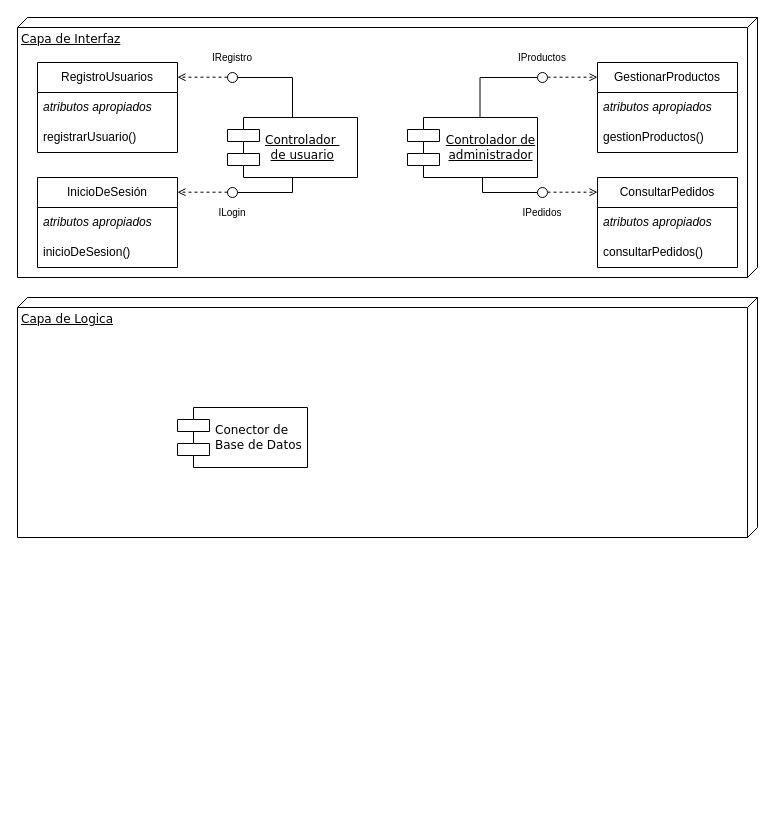
Before: Diagrama componentes.drawio in rubiwan/rubiwan, a draw.io diagram. Source tidied: cells renumbered, new cells numbered last; positions are measured from the earlier drawing's top-left corner, leaving out a move shared by most shapes. Both pictures are drawn from the tidied source at 100%, with x=0, y=0 at pixel (17, 17).
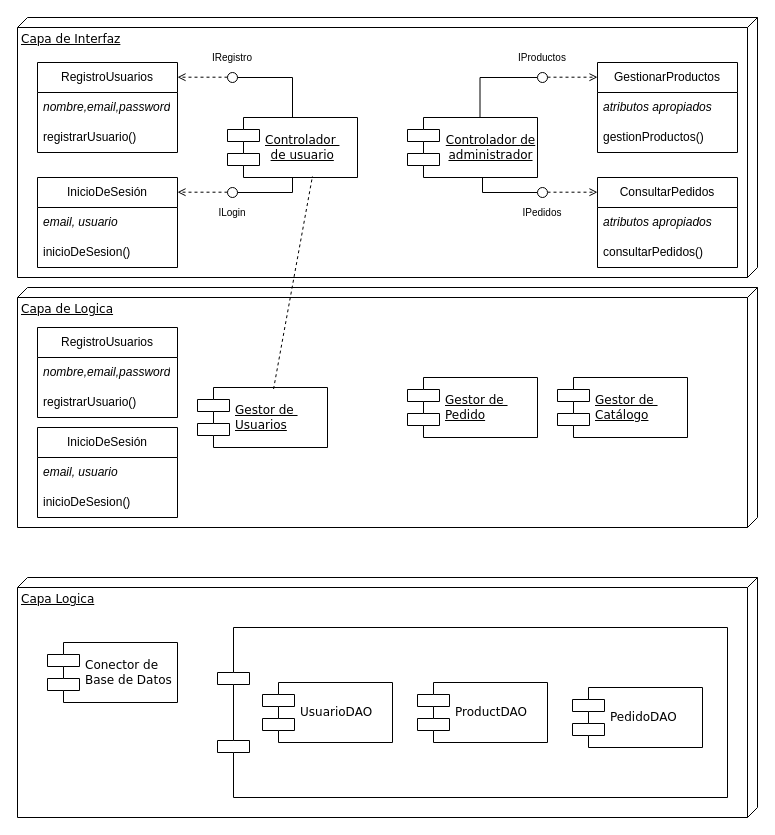
Above is the later version.

The change refers to these unchanged cells:
```xml
<mxCell id="4" value="&lt;span style=&quot;text-decoration-line: underline;&quot;&gt;Controlador&amp;nbsp;&lt;/span&gt;&lt;div style=&quot;text-align: center;&quot;&gt;&lt;span style=&quot;text-decoration-line: underline;&quot;&gt;de usuario&lt;/span&gt;&lt;/div&gt;" style="shape=component;align=left;spacingLeft=36;rounded=0;shadow=0;comic=0;labelBackgroundColor=none;strokeWidth=1;fontFamily=Verdana;fontSize=12;html=1;" parent="1" vertex="1">
  <mxGeometry x="210" y="100" width="130" height="60" as="geometry" />
</mxCell>
<mxCell id="8" value="RegistroUsuarios" style="swimlane;fontStyle=0;horizontal=1;startSize=30;whiteSpace=wrap;html=1;" parent="1" vertex="1">
  <mxGeometry x="20" y="45" width="140" height="90" as="geometry" />
</mxCell>
<mxCell id="11" value="InicioDeSesión" style="swimlane;fontStyle=0;horizontal=1;startSize=30;whiteSpace=wrap;html=1;" parent="1" vertex="1">
  <mxGeometry x="20" y="160" width="140" height="90" as="geometry" />
</mxCell>
```

The edit, as a diff of the source:
```diff
@@
-    <mxCell id="3" value="Capa de Logica" style="verticalAlign=top;align=left;spacingTop=8;spacingLeft=2;spacingRight=12;shape=cube;size=10;direction=south;fontStyle=4;html=1;rounded=0;shadow=0;comic=0;labelBackgroundColor=none;strokeWidth=1;fontFamily=Verdana;fontSize=12;" parent="1" vertex="1">
-      <mxGeometry y="280" width="740" height="240" as="geometry" />
+    <mxCell id="3" value="Capa Logica" style="verticalAlign=top;align=left;spacingTop=8;spacingLeft=2;spacingRight=12;shape=cube;size=10;direction=south;fontStyle=4;html=1;rounded=0;shadow=0;comic=0;labelBackgroundColor=none;strokeWidth=1;fontFamily=Verdana;fontSize=12;" parent="1" vertex="1">
+      <mxGeometry y="560" width="740" height="240" as="geometry" />
     </mxCell>
@@
     <mxCell id="6" value="Conector&amp;nbsp;&lt;span style=&quot;background-color: transparent; color: light-dark(rgb(0, 0, 0), rgb(255, 255, 255));&quot;&gt;de&amp;nbsp;&lt;/span&gt;&lt;div&gt;&lt;span style=&quot;background-color: transparent; color: light-dark(rgb(0, 0, 0), rgb(255, 255, 255));&quot;&gt;Base de Datos&lt;/span&gt;&lt;/div&gt;" style="shape=component;align=left;spacingLeft=36;rounded=0;shadow=0;comic=0;labelBackgroundColor=none;strokeWidth=1;fontFamily=Verdana;fontSize=12;html=1;" parent="1" vertex="1">
-      <mxGeometry x="160" y="390" width="130" height="60" as="geometry" />
+      <mxGeometry x="30" y="625" width="130" height="60" as="geometry" />
     </mxCell>
@@
-    <mxCell id="9" value="&lt;i&gt;atributos apropiados&lt;/i&gt;" style="text;strokeColor=none;fillColor=none;align=left;verticalAlign=middle;spacingLeft=4;spacingRight=4;overflow=hidden;whiteSpace=wrap;html=1;" parent="8" vertex="1">
+    <mxCell id="9" value="&lt;i&gt;nombre,email,password&lt;/i&gt;" style="text;strokeColor=none;fillColor=none;align=left;verticalAlign=middle;spacingLeft=4;spacingRight=4;overflow=hidden;whiteSpace=wrap;html=1;" parent="8" vertex="1">
       <mxGeometry y="30" width="140" height="30" as="geometry" />
     </mxCell>
@@
-    <mxCell id="12" value="&lt;i&gt;atributos apropiados&lt;/i&gt;" style="text;strokeColor=none;fillColor=none;align=left;verticalAlign=middle;spacingLeft=4;spacingRight=4;overflow=hidden;whiteSpace=wrap;html=1;" parent="11" vertex="1">
+    <mxCell id="12" value="&lt;i&gt;email, usuario&lt;/i&gt;" style="text;strokeColor=none;fillColor=none;align=left;verticalAlign=middle;spacingLeft=4;spacingRight=4;overflow=hidden;whiteSpace=wrap;html=1;" parent="11" vertex="1">
       <mxGeometry y="30" width="140" height="30" as="geometry" />
     </mxCell>
@@
+    <mxCell id="35" value="Capa de Logica" style="verticalAlign=top;align=left;spacingTop=8;spacingLeft=2;spacingRight=12;shape=cube;size=10;direction=south;fontStyle=4;html=1;rounded=0;shadow=0;comic=0;labelBackgroundColor=none;strokeWidth=1;fontFamily=Verdana;fontSize=12;" parent="1" vertex="1">
+      <mxGeometry y="270" width="740" height="240" as="geometry" />
+    </mxCell>
+    <mxCell id="36" value="&lt;u&gt;Gestor de&amp;nbsp;&lt;/u&gt;&lt;div&gt;&lt;u&gt;Usuarios&lt;/u&gt;&lt;/div&gt;" style="shape=component;align=left;spacingLeft=36;rounded=0;shadow=0;comic=0;labelBackgroundColor=none;strokeWidth=1;fontFamily=Verdana;fontSize=12;html=1;" parent="1" vertex="1">
+      <mxGeometry x="180" y="370" width="130" height="60" as="geometry" />
+    </mxCell>
+    <mxCell id="37" style="shape=component;align=left;spacingLeft=36;rounded=0;shadow=0;comic=0;labelBackgroundColor=none;strokeWidth=1;fontFamily=Verdana;fontSize=12;html=1;" parent="1" vertex="1">
+      <mxGeometry x="200" y="610" width="510" height="170" as="geometry" />
+    </mxCell>
+    <mxCell id="38" style="endArrow=none;dashed=1;html=1;rounded=0;entryX=0.654;entryY=0.975;entryDx=0;entryDy=0;entryPerimeter=0;exitX=0.585;exitY=0.025;exitDx=0;exitDy=0;exitPerimeter=0;" parent="1" edge="1" source="36" target="4">
+      <mxGeometry relative="1" as="geometry" />
+    </mxCell>
+    <mxCell id="39" value="UsuarioDAO" style="shape=component;align=left;spacingLeft=36;rounded=0;shadow=0;comic=0;labelBackgroundColor=none;strokeWidth=1;fontFamily=Verdana;fontSize=12;html=1;" parent="1" vertex="1">
+      <mxGeometry x="245" y="665" width="130" height="60" as="geometry" />
+    </mxCell>
+    <mxCell id="40" value="ProductDAO" style="shape=component;align=left;spacingLeft=36;rounded=0;shadow=0;comic=0;labelBackgroundColor=none;strokeWidth=1;fontFamily=Verdana;fontSize=12;html=1;" parent="1" vertex="1">
+      <mxGeometry x="400" y="665" width="130" height="60" as="geometry" />
+    </mxCell>
+    <mxCell id="41" value="PedidoDAO" style="shape=component;align=left;spacingLeft=36;rounded=0;shadow=0;comic=0;labelBackgroundColor=none;strokeWidth=1;fontFamily=Verdana;fontSize=12;html=1;" parent="1" vertex="1">
+      <mxGeometry x="555" y="670" width="130" height="60" as="geometry" />
+    </mxCell>
+    <mxCell id="42" value="&lt;u&gt;Gestor de&amp;nbsp;&lt;/u&gt;&lt;div&gt;&lt;u&gt;Pedido&lt;/u&gt;&lt;/div&gt;" style="shape=component;align=left;spacingLeft=36;rounded=0;shadow=0;comic=0;labelBackgroundColor=none;strokeWidth=1;fontFamily=Verdana;fontSize=12;html=1;" parent="1" vertex="1">
+      <mxGeometry x="390" y="360" width="130" height="60" as="geometry" />
+    </mxCell>
+    <mxCell id="43" value="&lt;u&gt;Gestor de&amp;nbsp;&lt;/u&gt;&lt;div&gt;&lt;u&gt;Catálogo&lt;/u&gt;&lt;/div&gt;" style="shape=component;align=left;spacingLeft=36;rounded=0;shadow=0;comic=0;labelBackgroundColor=none;strokeWidth=1;fontFamily=Verdana;fontSize=12;html=1;" parent="1" vertex="1">
+      <mxGeometry x="540" y="360" width="130" height="60" as="geometry" />
+    </mxCell>
+    <mxCell id="44" value="RegistroUsuarios" style="swimlane;fontStyle=0;horizontal=1;startSize=30;whiteSpace=wrap;html=1;" parent="1" vertex="1">
+      <mxGeometry x="20" y="310" width="140" height="90" as="geometry" />
+    </mxCell>
+    <mxCell id="45" value="&lt;i&gt;nombre,email,password&lt;/i&gt;" style="text;strokeColor=none;fillColor=none;align=left;verticalAlign=middle;spacingLeft=4;spacingRight=4;overflow=hidden;whiteSpace=wrap;html=1;" parent="44" vertex="1">
+      <mxGeometry y="30" width="140" height="30" as="geometry" />
+    </mxCell>
+    <mxCell id="46" value="registrarUsuario()" style="text;strokeColor=none;fillColor=none;align=left;verticalAlign=middle;spacingLeft=4;spacingRight=4;overflow=hidden;whiteSpace=wrap;html=1;" parent="44" vertex="1">
+      <mxGeometry y="60" width="140" height="30" as="geometry" />
+    </mxCell>
+    <mxCell id="47" value="InicioDeSesión" style="swimlane;fontStyle=0;horizontal=1;startSize=30;whiteSpace=wrap;html=1;" parent="1" vertex="1">
+      <mxGeometry x="20" y="410" width="140" height="90" as="geometry" />
+    </mxCell>
+    <mxCell id="48" value="&lt;i&gt;email, usuario&lt;/i&gt;" style="text;strokeColor=none;fillColor=none;align=left;verticalAlign=middle;spacingLeft=4;spacingRight=4;overflow=hidden;whiteSpace=wrap;html=1;" parent="47" vertex="1">
+      <mxGeometry y="30" width="140" height="30" as="geometry" />
+    </mxCell>
+    <mxCell id="49" value="inicioDeSesion()" style="text;strokeColor=none;fillColor=none;align=left;verticalAlign=middle;spacingLeft=4;spacingRight=4;overflow=hidden;whiteSpace=wrap;html=1;" parent="47" vertex="1">
+      <mxGeometry y="60" width="140" height="30" as="geometry" />
+    </mxCell>
```
